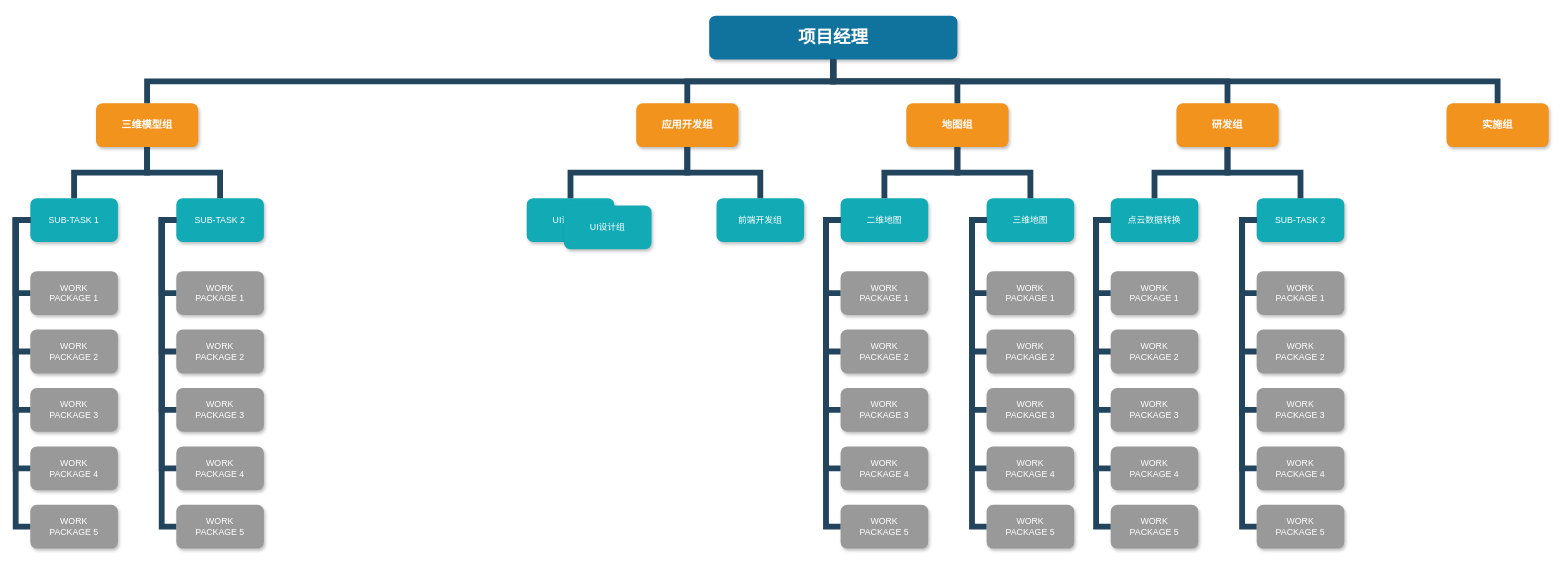
This is 实施方案-人员组织架构.drawio from DeanTuYu/DrawIo, a draw.io file, before an edit. Source tidied: cells renumbered, new cells numbered last; positions are measured from the earlier drawing's top-left corner, leaving out a move shared by most shapes. Both pictures are drawn from the tidied source at 73%, with x=0, y=0 at pixel (15, 15).
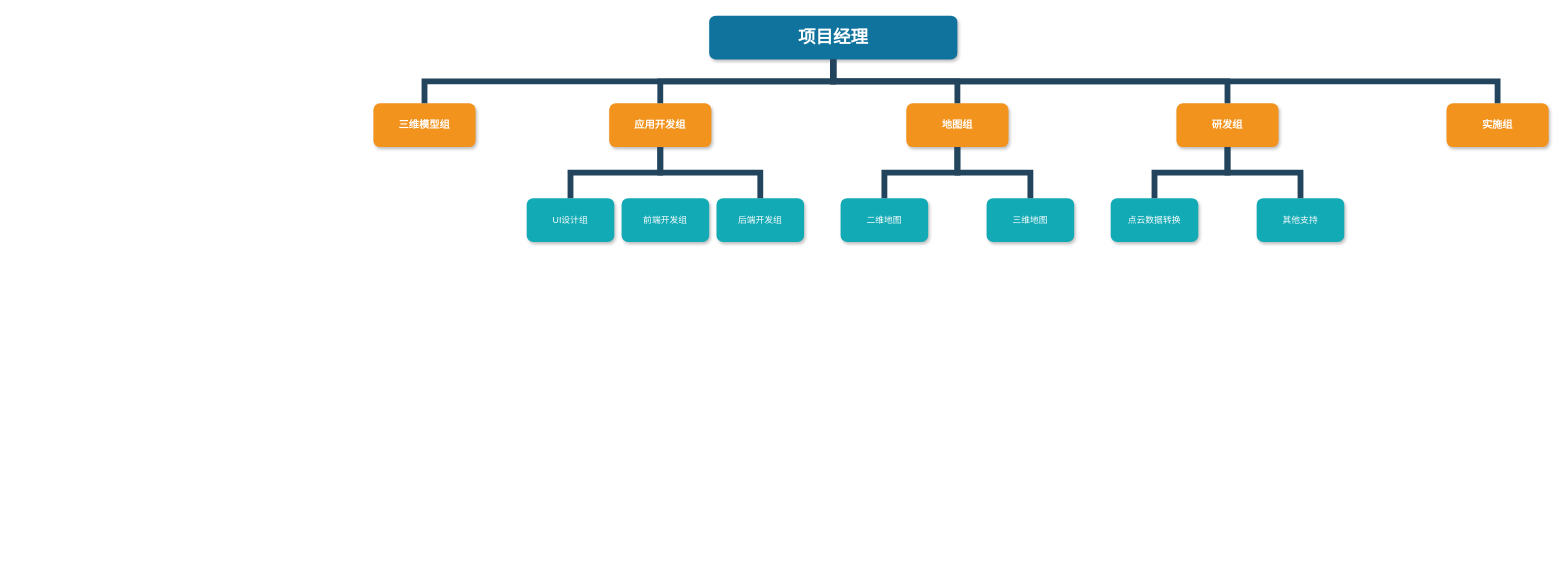
The same page after the edit.

Commit message (it also covers changes not shown here):
Update 实施方案-人员组织架构.drawio

Unchanged cells that the change refers to:
```xml
<mxCell id="34" value="二维地图" style="whiteSpace=wrap;rounded=1;fillColor=#12AAB5;strokeColor=none;shadow=1;fontColor=#FFFFFF;" parent="1" vertex="1">
  <mxGeometry x="1130" y="250" width="120" height="60" as="geometry" />
</mxCell>
<mxCell id="35" value="三维地图" style="whiteSpace=wrap;rounded=1;fillColor=#12AAB5;strokeColor=none;shadow=1;fontColor=#FFFFFF;" parent="1" vertex="1">
  <mxGeometry x="1330" y="250" width="120" height="60" as="geometry" />
</mxCell>
<mxCell id="56" value="点云数据转换" style="whiteSpace=wrap;rounded=1;fillColor=#12AAB5;strokeColor=none;shadow=1;fontColor=#FFFFFF;" parent="1" vertex="1">
  <mxGeometry x="1500" y="250" width="120" height="60" as="geometry" />
</mxCell>
```

Change to the diagram source:
```diff
@@
     <mxCell id="3" value="三维模型组" style="whiteSpace=wrap;rounded=1;fillColor=#F2931E;strokeColor=none;shadow=1;fontColor=#FFFFFF;fontStyle=1;fontSize=14;" parent="1" vertex="1">
-      <mxGeometry x="110" y="120" width="140" height="60" as="geometry" />
+      <mxGeometry x="490" y="120" width="140" height="60" as="geometry" />
     </mxCell>
@@
     <mxCell id="5" value="应用开发组" style="whiteSpace=wrap;rounded=1;fillColor=#F2931E;strokeColor=none;shadow=1;fontColor=#FFFFFF;fontStyle=1;fontSize=14;" parent="1" vertex="1">
-      <mxGeometry x="850" y="120" width="140" height="60" as="geometry" />
+      <mxGeometry x="813" y="120" width="140" height="60" as="geometry" />
     </mxCell>
@@
-    <mxCell id="8" value="SUB-TASK 1" style="whiteSpace=wrap;rounded=1;fillColor=#12AAB5;strokeColor=none;shadow=1;fontColor=#FFFFFF;" parent="1" vertex="1">
-      <mxGeometry x="20" y="250" width="120" height="60" as="geometry" />
-    </mxCell>
-    <mxCell id="9" value="SUB-TASK 2" style="whiteSpace=wrap;rounded=1;fillColor=#12AAB5;strokeColor=none;shadow=1;fontColor=#FFFFFF;" parent="1" vertex="1">
-      <mxGeometry x="220" y="250" width="120" height="60" as="geometry" />
-    </mxCell>
-    <mxCell id="10" value="WORK&#10;PACKAGE 1" style="whiteSpace=wrap;rounded=1;fillColor=#999999;strokeColor=none;shadow=1;fontColor=#FFFFFF;fontStyle=0;" parent="1" vertex="1">
-      <mxGeometry x="20" y="350" width="120" height="60" as="geometry" />
-    </mxCell>
-    <mxCell id="11" value="WORK&#10;PACKAGE 2" style="whiteSpace=wrap;rounded=1;fillColor=#999999;strokeColor=none;shadow=1;fontColor=#FFFFFF;fontStyle=0;" parent="1" vertex="1">
-      <mxGeometry x="20" y="430" width="120" height="60" as="geometry" />
-    </mxCell>
-    <mxCell id="12" value="WORK&#10;PACKAGE 3" style="whiteSpace=wrap;rounded=1;fillColor=#999999;strokeColor=none;shadow=1;fontColor=#FFFFFF;fontStyle=0;" parent="1" vertex="1">
-      <mxGeometry x="20" y="510" width="120" height="60" as="geometry" />
-    </mxCell>
-    <mxCell id="13" value="WORK&#10;PACKAGE 4" style="whiteSpace=wrap;rounded=1;fillColor=#999999;strokeColor=none;shadow=1;fontColor=#FFFFFF;fontStyle=0;" parent="1" vertex="1">
-      <mxGeometry x="20" y="590" width="120" height="60" as="geometry" />
-    </mxCell>
-    <mxCell id="14" value="WORK&#10;PACKAGE 5" style="whiteSpace=wrap;rounded=1;fillColor=#999999;strokeColor=none;shadow=1;fontColor=#FFFFFF;fontStyle=0;" parent="1" vertex="1">
-      <mxGeometry x="20" y="670" width="120" height="60" as="geometry" />
-    </mxCell>
-    <mxCell id="15" value="WORK&#10;PACKAGE 1" style="whiteSpace=wrap;rounded=1;fillColor=#999999;strokeColor=none;shadow=1;fontColor=#FFFFFF;fontStyle=0;" parent="1" vertex="1">
-      <mxGeometry x="220" y="350" width="120" height="60" as="geometry" />
-    </mxCell>
-    <mxCell id="16" value="WORK&#10;PACKAGE 2" style="whiteSpace=wrap;rounded=1;fillColor=#999999;strokeColor=none;shadow=1;fontColor=#FFFFFF;fontStyle=0;" parent="1" vertex="1">
-      <mxGeometry x="220" y="430" width="120" height="60" as="geometry" />
-    </mxCell>
-    <mxCell id="17" value="WORK&#10;PACKAGE 3" style="whiteSpace=wrap;rounded=1;fillColor=#999999;strokeColor=none;shadow=1;fontColor=#FFFFFF;fontStyle=0;" parent="1" vertex="1">
-      <mxGeometry x="220" y="510" width="120" height="60" as="geometry" />
-    </mxCell>
-    <mxCell id="18" value="WORK&#10;PACKAGE 4" style="whiteSpace=wrap;rounded=1;fillColor=#999999;strokeColor=none;shadow=1;fontColor=#FFFFFF;fontStyle=0;" parent="1" vertex="1">
-      <mxGeometry x="220" y="590" width="120" height="60" as="geometry" />
-    </mxCell>
-    <mxCell id="19" value="WORK&#10;PACKAGE 5" style="whiteSpace=wrap;rounded=1;fillColor=#999999;strokeColor=none;shadow=1;fontColor=#FFFFFF;fontStyle=0;" parent="1" vertex="1">
-      <mxGeometry x="220" y="670" width="120" height="60" as="geometry" />
-    </mxCell>
-    <mxCell id="20" style="edgeStyle=elbowEdgeStyle;elbow=vertical;rounded=0;fontColor=#000000;endArrow=none;endFill=0;strokeWidth=8;strokeColor=#23445D;" parent="1" edge="1" source="3" target="8">
-      <mxGeometry relative="1" as="geometry" />
-    </mxCell>
-    <mxCell id="21" style="edgeStyle=elbowEdgeStyle;elbow=vertical;rounded=0;fontColor=#000000;endArrow=none;endFill=0;strokeWidth=8;strokeColor=#23445D;" parent="1" edge="1" source="3" target="9">
-      <mxGeometry relative="1" as="geometry" />
-    </mxCell>
-    <mxCell id="22" style="edgeStyle=elbowEdgeStyle;elbow=horizontal;rounded=0;fontColor=#000000;endArrow=none;endFill=0;strokeWidth=8;strokeColor=#23445D;" parent="1" edge="1" source="8" target="10">
-      <mxGeometry relative="1" as="geometry">
-        <Array as="points">
-          <mxPoint y="330" />
-        </Array>
-      </mxGeometry>
-    </mxCell>
-    <mxCell id="23" style="edgeStyle=elbowEdgeStyle;elbow=horizontal;rounded=0;fontColor=#000000;endArrow=none;endFill=0;strokeWidth=8;strokeColor=#23445D;" parent="1" edge="1" source="8" target="11">
-      <mxGeometry relative="1" as="geometry">
-        <Array as="points">
-          <mxPoint y="350" />
-        </Array>
-      </mxGeometry>
-    </mxCell>
-    <mxCell id="24" style="edgeStyle=elbowEdgeStyle;elbow=horizontal;rounded=0;fontColor=#000000;endArrow=none;endFill=0;strokeWidth=8;strokeColor=#23445D;" parent="1" edge="1" source="8" target="14">
-      <mxGeometry relative="1" as="geometry">
-        <Array as="points">
-          <mxPoint y="490" />
-        </Array>
-      </mxGeometry>
-    </mxCell>
-    <mxCell id="25" style="edgeStyle=elbowEdgeStyle;elbow=horizontal;rounded=0;fontColor=#000000;endArrow=none;endFill=0;strokeWidth=8;strokeColor=#23445D;" parent="1" edge="1" source="8" target="13">
-      <mxGeometry relative="1" as="geometry">
-        <Array as="points">
-          <mxPoint y="360" />
-        </Array>
-      </mxGeometry>
-    </mxCell>
-    <mxCell id="26" style="edgeStyle=elbowEdgeStyle;elbow=horizontal;rounded=0;fontColor=#000000;endArrow=none;endFill=0;strokeWidth=8;strokeColor=#23445D;" parent="1" edge="1" source="8" target="12">
-      <mxGeometry relative="1" as="geometry">
-        <Array as="points">
-          <mxPoint y="380" />
-        </Array>
-      </mxGeometry>
-    </mxCell>
-    <mxCell id="27" style="edgeStyle=elbowEdgeStyle;elbow=horizontal;rounded=0;fontColor=#000000;endArrow=none;endFill=0;strokeWidth=8;strokeColor=#23445D;" parent="1" edge="1" target="15">
-      <mxGeometry relative="1" as="geometry">
-        <mxPoint x="210" y="280" as="sourcePoint" />
-        <Array as="points">
-          <mxPoint x="200" y="330" />
-        </Array>
-      </mxGeometry>
-    </mxCell>
-    <mxCell id="28" style="edgeStyle=elbowEdgeStyle;elbow=horizontal;rounded=0;fontColor=#000000;endArrow=none;endFill=0;strokeWidth=8;strokeColor=#23445D;" parent="1" edge="1" source="9" target="16">
-      <mxGeometry relative="1" as="geometry">
-        <Array as="points">
-          <mxPoint x="200" y="370" />
-        </Array>
-      </mxGeometry>
-    </mxCell>
-    <mxCell id="29" style="edgeStyle=elbowEdgeStyle;elbow=horizontal;rounded=0;fontColor=#000000;endArrow=none;endFill=0;strokeWidth=8;strokeColor=#23445D;" parent="1" edge="1" source="9" target="19">
-      <mxGeometry relative="1" as="geometry">
-        <Array as="points">
-          <mxPoint x="200" y="490" />
-        </Array>
-      </mxGeometry>
-    </mxCell>
-    <mxCell id="30" style="edgeStyle=elbowEdgeStyle;elbow=horizontal;rounded=0;fontColor=#000000;endArrow=none;endFill=0;strokeWidth=8;strokeColor=#23445D;" parent="1" edge="1" source="9" target="18">
-      <mxGeometry relative="1" as="geometry">
-        <Array as="points">
-          <mxPoint x="200" y="450" />
-        </Array>
-      </mxGeometry>
-    </mxCell>
-    <mxCell id="31" style="edgeStyle=elbowEdgeStyle;elbow=horizontal;rounded=0;fontColor=#000000;endArrow=none;endFill=0;strokeWidth=8;strokeColor=#23445D;" parent="1" edge="1" source="9" target="17">
-      <mxGeometry relative="1" as="geometry">
-        <Array as="points">
-          <mxPoint x="200" y="410" />
-        </Array>
-      </mxGeometry>
-    </mxCell>
@@
-    <mxCell id="33" value="前端开发组" style="whiteSpace=wrap;rounded=1;fillColor=#12AAB5;strokeColor=none;shadow=1;fontColor=#FFFFFF;" parent="1" vertex="1">
+    <mxCell id="33" value="后端开发组" style="whiteSpace=wrap;rounded=1;fillColor=#12AAB5;strokeColor=none;shadow=1;fontColor=#FFFFFF;" parent="1" vertex="1">
       <mxGeometry x="960" y="250" width="120" height="60" as="geometry" />
     </mxCell>
@@
-    <mxCell id="36" value="WORK&#10;PACKAGE 1" style="whiteSpace=wrap;rounded=1;fillColor=#999999;strokeColor=none;shadow=1;fontColor=#FFFFFF;fontStyle=0;" parent="1" vertex="1">
-      <mxGeometry x="1130" y="350" width="120" height="60" as="geometry" />
-    </mxCell>
-    <mxCell id="37" value="WORK&#10;PACKAGE 2" style="whiteSpace=wrap;rounded=1;fillColor=#999999;strokeColor=none;shadow=1;fontColor=#FFFFFF;fontStyle=0;" parent="1" vertex="1">
-      <mxGeometry x="1130" y="430" width="120" height="60" as="geometry" />
-    </mxCell>
-    <mxCell id="38" value="WORK&#10;PACKAGE 3" style="whiteSpace=wrap;rounded=1;fillColor=#999999;strokeColor=none;shadow=1;fontColor=#FFFFFF;fontStyle=0;" parent="1" vertex="1">
-      <mxGeometry x="1130" y="510" width="120" height="60" as="geometry" />
-    </mxCell>
-    <mxCell id="39" value="WORK&#10;PACKAGE 4" style="whiteSpace=wrap;rounded=1;fillColor=#999999;strokeColor=none;shadow=1;fontColor=#FFFFFF;fontStyle=0;" parent="1" vertex="1">
-      <mxGeometry x="1130" y="590" width="120" height="60" as="geometry" />
-    </mxCell>
-    <mxCell id="40" value="WORK&#10;PACKAGE 5" style="whiteSpace=wrap;rounded=1;fillColor=#999999;strokeColor=none;shadow=1;fontColor=#FFFFFF;fontStyle=0;" parent="1" vertex="1">
-      <mxGeometry x="1130" y="670" width="120" height="60" as="geometry" />
-    </mxCell>
-    <mxCell id="41" value="WORK&#10;PACKAGE 1" style="whiteSpace=wrap;rounded=1;fillColor=#999999;strokeColor=none;shadow=1;fontColor=#FFFFFF;fontStyle=0;" parent="1" vertex="1">
-      <mxGeometry x="1330" y="350" width="120" height="60" as="geometry" />
-    </mxCell>
-    <mxCell id="42" value="WORK&#10;PACKAGE 2" style="whiteSpace=wrap;rounded=1;fillColor=#999999;strokeColor=none;shadow=1;fontColor=#FFFFFF;fontStyle=0;" parent="1" vertex="1">
-      <mxGeometry x="1330" y="430" width="120" height="60" as="geometry" />
-    </mxCell>
-    <mxCell id="43" value="WORK&#10;PACKAGE 3" style="whiteSpace=wrap;rounded=1;fillColor=#999999;strokeColor=none;shadow=1;fontColor=#FFFFFF;fontStyle=0;" parent="1" vertex="1">
-      <mxGeometry x="1330" y="510" width="120" height="60" as="geometry" />
-    </mxCell>
-    <mxCell id="44" value="WORK&#10;PACKAGE 4" style="whiteSpace=wrap;rounded=1;fillColor=#999999;strokeColor=none;shadow=1;fontColor=#FFFFFF;fontStyle=0;" parent="1" vertex="1">
-      <mxGeometry x="1330" y="590" width="120" height="60" as="geometry" />
-    </mxCell>
-    <mxCell id="45" value="WORK&#10;PACKAGE 5" style="whiteSpace=wrap;rounded=1;fillColor=#999999;strokeColor=none;shadow=1;fontColor=#FFFFFF;fontStyle=0;" parent="1" vertex="1">
-      <mxGeometry x="1330" y="670" width="120" height="60" as="geometry" />
-    </mxCell>
-    <mxCell id="46" style="edgeStyle=elbowEdgeStyle;elbow=horizontal;rounded=0;fontColor=#000000;endArrow=none;endFill=0;strokeWidth=8;strokeColor=#23445D;" parent="1" edge="1" source="34" target="36">
-      <mxGeometry relative="1" as="geometry">
-        <Array as="points">
-          <mxPoint x="1110" y="330" />
-        </Array>
-      </mxGeometry>
-    </mxCell>
-    <mxCell id="47" style="edgeStyle=elbowEdgeStyle;elbow=horizontal;rounded=0;fontColor=#000000;endArrow=none;endFill=0;strokeWidth=8;strokeColor=#23445D;" parent="1" edge="1" source="34" target="37">
-      <mxGeometry relative="1" as="geometry">
-        <Array as="points">
-          <mxPoint x="1110" y="370" />
-        </Array>
-      </mxGeometry>
-    </mxCell>
-    <mxCell id="48" style="edgeStyle=elbowEdgeStyle;elbow=horizontal;rounded=0;fontColor=#000000;endArrow=none;endFill=0;strokeWidth=8;strokeColor=#23445D;" parent="1" edge="1" source="34" target="40">
-      <mxGeometry relative="1" as="geometry">
-        <Array as="points">
-          <mxPoint x="1110" y="500" />
-        </Array>
-      </mxGeometry>
-    </mxCell>
-    <mxCell id="49" style="edgeStyle=elbowEdgeStyle;elbow=horizontal;rounded=0;fontColor=#000000;endArrow=none;endFill=0;strokeWidth=8;strokeColor=#23445D;" parent="1" edge="1" source="34" target="39">
-      <mxGeometry relative="1" as="geometry">
-        <Array as="points">
-          <mxPoint x="1110" y="450" />
-        </Array>
-      </mxGeometry>
-    </mxCell>
-    <mxCell id="50" style="edgeStyle=elbowEdgeStyle;elbow=horizontal;rounded=0;fontColor=#000000;endArrow=none;endFill=0;strokeWidth=8;strokeColor=#23445D;" parent="1" edge="1" source="34" target="38">
-      <mxGeometry relative="1" as="geometry">
-        <Array as="points">
-          <mxPoint x="1110" y="420" />
-        </Array>
-      </mxGeometry>
-    </mxCell>
-    <mxCell id="51" style="edgeStyle=elbowEdgeStyle;elbow=horizontal;rounded=0;fontColor=#000000;endArrow=none;endFill=0;strokeWidth=8;strokeColor=#23445D;" parent="1" edge="1" source="35" target="41">
-      <mxGeometry relative="1" as="geometry">
-        <Array as="points">
-          <mxPoint x="1310" y="330" />
-        </Array>
-      </mxGeometry>
-    </mxCell>
-    <mxCell id="52" style="edgeStyle=elbowEdgeStyle;elbow=horizontal;rounded=0;fontColor=#000000;endArrow=none;endFill=0;strokeWidth=8;strokeColor=#23445D;" parent="1" edge="1" source="35" target="42">
-      <mxGeometry relative="1" as="geometry">
-        <Array as="points">
-          <mxPoint x="1310" y="370" />
-        </Array>
-      </mxGeometry>
-    </mxCell>
-    <mxCell id="53" style="edgeStyle=elbowEdgeStyle;elbow=horizontal;rounded=0;fontColor=#000000;endArrow=none;endFill=0;strokeWidth=8;strokeColor=#23445D;" parent="1" edge="1" source="35" target="45">
-      <mxGeometry relative="1" as="geometry">
-        <Array as="points">
-          <mxPoint x="1310" y="490" />
-        </Array>
-      </mxGeometry>
-    </mxCell>
-    <mxCell id="54" style="edgeStyle=elbowEdgeStyle;elbow=horizontal;rounded=0;fontColor=#000000;endArrow=none;endFill=0;strokeWidth=8;strokeColor=#23445D;" parent="1" edge="1" source="35" target="44">
-      <mxGeometry relative="1" as="geometry">
-        <Array as="points">
-          <mxPoint x="1310" y="450" />
-        </Array>
-      </mxGeometry>
-    </mxCell>
-    <mxCell id="55" style="edgeStyle=elbowEdgeStyle;elbow=horizontal;rounded=0;fontColor=#000000;endArrow=none;endFill=0;strokeWidth=8;strokeColor=#23445D;" parent="1" edge="1" source="35" target="43">
-      <mxGeometry relative="1" as="geometry">
-        <Array as="points">
-          <mxPoint x="1310" y="420" />
-        </Array>
-      </mxGeometry>
-    </mxCell>
@@
-    <mxCell id="57" value="SUB-TASK 2" style="whiteSpace=wrap;rounded=1;fillColor=#12AAB5;strokeColor=none;shadow=1;fontColor=#FFFFFF;" parent="1" vertex="1">
+    <mxCell id="57" value="其他支持" style="whiteSpace=wrap;rounded=1;fillColor=#12AAB5;strokeColor=none;shadow=1;fontColor=#FFFFFF;" parent="1" vertex="1">
       <mxGeometry x="1700" y="250" width="120" height="60" as="geometry" />
     </mxCell>
-    <mxCell id="58" value="WORK&#10;PACKAGE 1" style="whiteSpace=wrap;rounded=1;fillColor=#999999;strokeColor=none;shadow=1;fontColor=#FFFFFF;fontStyle=0;" parent="1" vertex="1">
-      <mxGeometry x="1500" y="350" width="120" height="60" as="geometry" />
-    </mxCell>
-    <mxCell id="59" value="WORK&#10;PACKAGE 2" style="whiteSpace=wrap;rounded=1;fillColor=#999999;strokeColor=none;shadow=1;fontColor=#FFFFFF;fontStyle=0;" parent="1" vertex="1">
-      <mxGeometry x="1500" y="430" width="120" height="60" as="geometry" />
-    </mxCell>
-    <mxCell id="60" value="WORK&#10;PACKAGE 3" style="whiteSpace=wrap;rounded=1;fillColor=#999999;strokeColor=none;shadow=1;fontColor=#FFFFFF;fontStyle=0;" parent="1" vertex="1">
-      <mxGeometry x="1500" y="510" width="120" height="60" as="geometry" />
-    </mxCell>
-    <mxCell id="61" value="WORK&#10;PACKAGE 4" style="whiteSpace=wrap;rounded=1;fillColor=#999999;strokeColor=none;shadow=1;fontColor=#FFFFFF;fontStyle=0;" parent="1" vertex="1">
-      <mxGeometry x="1500" y="590" width="120" height="60" as="geometry" />
-    </mxCell>
-    <mxCell id="62" value="WORK&#10;PACKAGE 5" style="whiteSpace=wrap;rounded=1;fillColor=#999999;strokeColor=none;shadow=1;fontColor=#FFFFFF;fontStyle=0;" parent="1" vertex="1">
-      <mxGeometry x="1500" y="670" width="120" height="60" as="geometry" />
-    </mxCell>
-    <mxCell id="63" value="WORK&#10;PACKAGE 1" style="whiteSpace=wrap;rounded=1;fillColor=#999999;strokeColor=none;shadow=1;fontColor=#FFFFFF;fontStyle=0;" parent="1" vertex="1">
-      <mxGeometry x="1700" y="350" width="120" height="60" as="geometry" />
-    </mxCell>
-    <mxCell id="64" value="WORK&#10;PACKAGE 2" style="whiteSpace=wrap;rounded=1;fillColor=#999999;strokeColor=none;shadow=1;fontColor=#FFFFFF;fontStyle=0;" parent="1" vertex="1">
-      <mxGeometry x="1700" y="430" width="120" height="60" as="geometry" />
-    </mxCell>
-    <mxCell id="65" value="WORK&#10;PACKAGE 3" style="whiteSpace=wrap;rounded=1;fillColor=#999999;strokeColor=none;shadow=1;fontColor=#FFFFFF;fontStyle=0;" parent="1" vertex="1">
-      <mxGeometry x="1700" y="510" width="120" height="60" as="geometry" />
-    </mxCell>
-    <mxCell id="66" value="WORK&#10;PACKAGE 4" style="whiteSpace=wrap;rounded=1;fillColor=#999999;strokeColor=none;shadow=1;fontColor=#FFFFFF;fontStyle=0;" parent="1" vertex="1">
-      <mxGeometry x="1700" y="590" width="120" height="60" as="geometry" />
-    </mxCell>
-    <mxCell id="67" value="WORK&#10;PACKAGE 5" style="whiteSpace=wrap;rounded=1;fillColor=#999999;strokeColor=none;shadow=1;fontColor=#FFFFFF;fontStyle=0;" parent="1" vertex="1">
-      <mxGeometry x="1700" y="670" width="120" height="60" as="geometry" />
-    </mxCell>
-    <mxCell id="68" style="edgeStyle=elbowEdgeStyle;elbow=horizontal;rounded=0;fontColor=#000000;endArrow=none;endFill=0;strokeWidth=8;strokeColor=#23445D;" parent="1" edge="1" source="56" target="58">
-      <mxGeometry relative="1" as="geometry">
-        <Array as="points">
-          <mxPoint x="1480" y="330" />
-        </Array>
-      </mxGeometry>
-    </mxCell>
-    <mxCell id="69" style="edgeStyle=elbowEdgeStyle;elbow=horizontal;rounded=0;fontColor=#000000;endArrow=none;endFill=0;strokeWidth=8;strokeColor=#23445D;" parent="1" edge="1" source="56" target="59">
-      <mxGeometry relative="1" as="geometry">
-        <Array as="points">
-          <mxPoint x="1480" y="370" />
-        </Array>
-      </mxGeometry>
-    </mxCell>
-    <mxCell id="70" style="edgeStyle=elbowEdgeStyle;elbow=horizontal;rounded=0;fontColor=#000000;endArrow=none;endFill=0;strokeWidth=8;strokeColor=#23445D;" parent="1" edge="1" source="56" target="62">
-      <mxGeometry relative="1" as="geometry">
-        <Array as="points">
-          <mxPoint x="1480" y="500" />
-        </Array>
-      </mxGeometry>
-    </mxCell>
-    <mxCell id="71" style="edgeStyle=elbowEdgeStyle;elbow=horizontal;rounded=0;fontColor=#000000;endArrow=none;endFill=0;strokeWidth=8;strokeColor=#23445D;" parent="1" edge="1" source="56" target="61">
-      <mxGeometry relative="1" as="geometry">
-        <Array as="points">
-          <mxPoint x="1480" y="450" />
-        </Array>
-      </mxGeometry>
-    </mxCell>
-    <mxCell id="72" style="edgeStyle=elbowEdgeStyle;elbow=horizontal;rounded=0;fontColor=#000000;endArrow=none;endFill=0;strokeWidth=8;strokeColor=#23445D;" parent="1" edge="1" source="56" target="60">
-      <mxGeometry relative="1" as="geometry">
-        <Array as="points">
-          <mxPoint x="1480" y="420" />
-        </Array>
-      </mxGeometry>
-    </mxCell>
-    <mxCell id="73" style="edgeStyle=elbowEdgeStyle;elbow=horizontal;rounded=0;fontColor=#000000;endArrow=none;endFill=0;strokeWidth=8;strokeColor=#23445D;" parent="1" edge="1" source="57" target="63">
-      <mxGeometry relative="1" as="geometry">
-        <Array as="points">
-          <mxPoint x="1680" y="330" />
-        </Array>
-      </mxGeometry>
-    </mxCell>
-    <mxCell id="74" style="edgeStyle=elbowEdgeStyle;elbow=horizontal;rounded=0;fontColor=#000000;endArrow=none;endFill=0;strokeWidth=8;strokeColor=#23445D;" parent="1" edge="1" source="57" target="64">
-      <mxGeometry relative="1" as="geometry">
-        <Array as="points">
-          <mxPoint x="1680" y="370" />
-        </Array>
-      </mxGeometry>
-    </mxCell>
-    <mxCell id="75" style="edgeStyle=elbowEdgeStyle;elbow=horizontal;rounded=0;fontColor=#000000;endArrow=none;endFill=0;strokeWidth=8;strokeColor=#23445D;" parent="1" edge="1" source="57" target="67">
-      <mxGeometry relative="1" as="geometry">
-        <Array as="points">
-          <mxPoint x="1680" y="490" />
-        </Array>
-      </mxGeometry>
-    </mxCell>
-    <mxCell id="76" style="edgeStyle=elbowEdgeStyle;elbow=horizontal;rounded=0;fontColor=#000000;endArrow=none;endFill=0;strokeWidth=8;strokeColor=#23445D;" parent="1" edge="1" source="57" target="66">
-      <mxGeometry relative="1" as="geometry">
-        <Array as="points">
-          <mxPoint x="1680" y="450" />
-        </Array>
-      </mxGeometry>
-    </mxCell>
-    <mxCell id="77" style="edgeStyle=elbowEdgeStyle;elbow=horizontal;rounded=0;fontColor=#000000;endArrow=none;endFill=0;strokeWidth=8;strokeColor=#23445D;" parent="1" edge="1" source="57" target="65">
-      <mxGeometry relative="1" as="geometry">
-        <Array as="points">
-          <mxPoint x="1680" y="420" />
-        </Array>
-      </mxGeometry>
-    </mxCell>
@@
-    <mxCell id="89" value="UI设计组" style="whiteSpace=wrap;rounded=1;fillColor=#12AAB5;strokeColor=none;shadow=1;fontColor=#FFFFFF;" parent="1" vertex="1">
-      <mxGeometry x="751" y="260" width="120" height="60" as="geometry" />
+    <mxCell id="89" value="前端开发组" style="whiteSpace=wrap;rounded=1;fillColor=#12AAB5;strokeColor=none;shadow=1;fontColor=#FFFFFF;" parent="1" vertex="1">
+      <mxGeometry x="830" y="250" width="120" height="60" as="geometry" />
     </mxCell>
```
